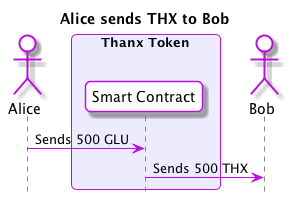
This is flows/a-thx-to-thx-b.png from gluon-project/gluon-specs, a PlantUML export, as it was before one commit. Source of this version:
```plantuml
@startuml
skinparam roundcorner 10
skinparam BoxPadding 10
skinparam headerFontColor #BD10E0
skinparam headerFontSize 18
skinparam sequence {
  ArrowColor #BD10E0
  GroupBackgroundColor #BD10E0
  GroupBorderColor #EDECFF
  GroupHeaderFontColor #ffffff
  BoxBorderColor #BD10E0
  BoxBackgroundColor #EDECFF
  BoxPadding 10

  ParticipantBorderColor #BD10E0
  ParticipantBackgroundColor #ffffff
  ParticipantPadding 10

  ActorBorderColor #BD10E0
  ActorBackgroundColor #ffffff
  EntityBorderColor #BD10E0
  EntityBackgroundColor #ffffff
  DatabaseBorderColor #BD10E0
  DatabaseBackgroundColor #ffffff

  LifeLineBorderColor #878787
}

hide footbox
title Alice sends THX to Bob
actor Alice
box "Thanx Token"
  participant "Smart Contract" as ThanxSC
end box
actor Bob

Alice -> ThanxSC : Sends 500 GLU
ThanxSC -> Bob : Sends 500 THX

@enduml
```
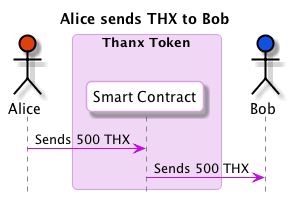
The same diagram one commit later.

The edit, as a diff of the source:
```diff
@@ -5,36 +5,34 @@
 skinparam headerFontSize 18
 skinparam sequence {
   ArrowColor #BD10E0
-  GroupBackgroundColor #BD10E0
-  GroupBorderColor #EDECFF
-  GroupHeaderFontColor #ffffff
-  BoxBorderColor #BD10E0
-  BoxBackgroundColor #EDECFF
+
+  BoxBorderColor #D9A1E4
+  BoxBackgroundColor #F0D7F5
   BoxPadding 10
 
-  ParticipantBorderColor #BD10E0
+  ParticipantBorderColor #D9A1E4
   ParticipantBackgroundColor #ffffff
   ParticipantPadding 10
 
-  ActorBorderColor #BD10E0
+  ActorBorderColor #000000
   ActorBackgroundColor #ffffff
+
   EntityBorderColor #BD10E0
   EntityBackgroundColor #ffffff
-  DatabaseBorderColor #BD10E0
-  DatabaseBackgroundColor #ffffff
+
 
   LifeLineBorderColor #878787
 }
 
 hide footbox
 title Alice sends THX to Bob
-actor Alice
+actor Alice #E03F10
 box "Thanx Token"
   participant "Smart Contract" as ThanxSC
 end box
-actor Bob
+actor Bob #1051E0
 
-Alice -> ThanxSC : Sends 500 GLU
+Alice -> ThanxSC : Sends 500 THX
 ThanxSC -> Bob : Sends 500 THX
 
 @enduml
```
